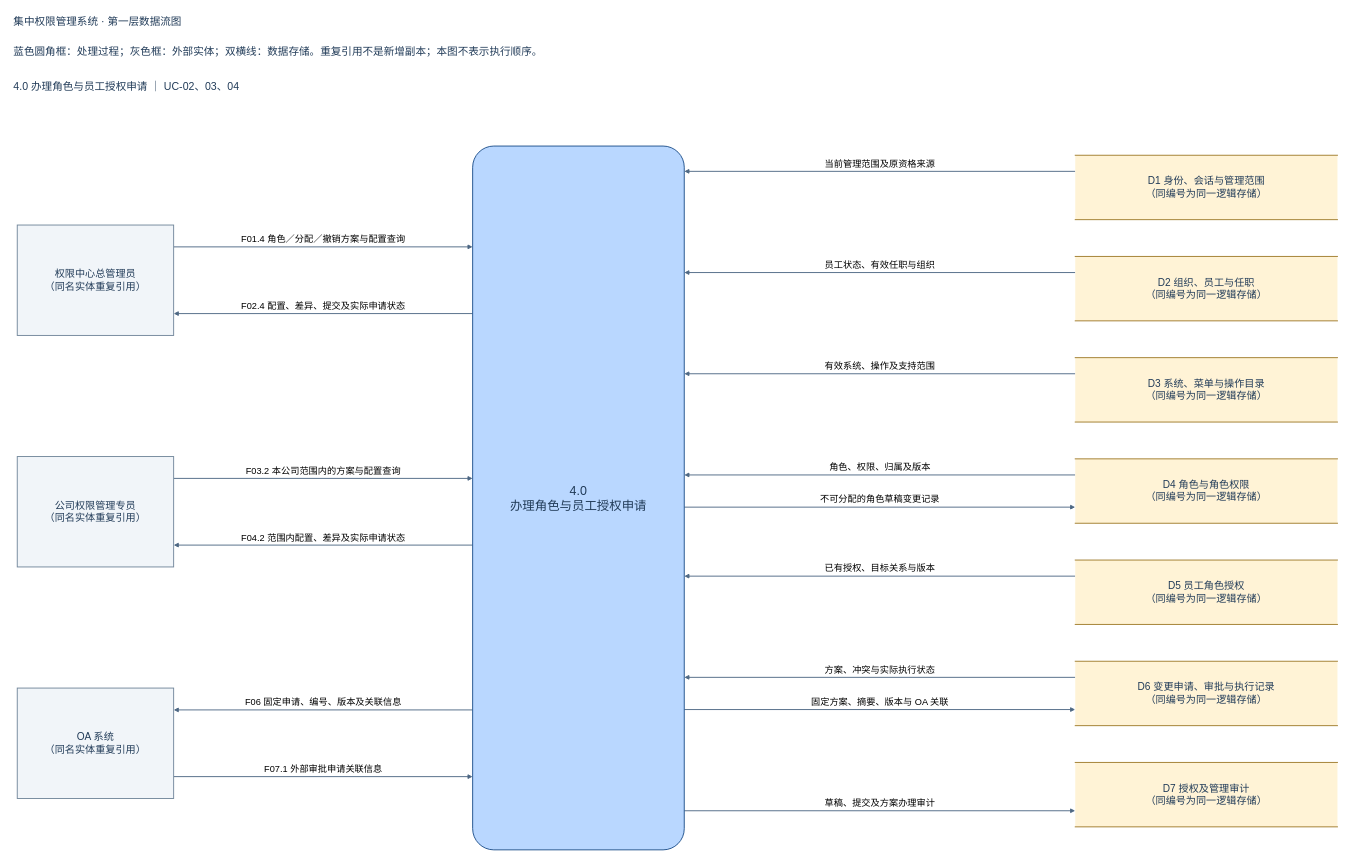
The draw.io diagram page "4.0 办理角色与员工授权申请" (4 of 7) of docs/dataflows-v1/第一层数据流图_分区阅读.drawio in Noah-hope/RBAC-admin, before the edit. Source tidied: cells renumbered, new cells numbered last; positions are measured from the earlier drawing's top-left corner, leaving out a move shared by most shapes. Both pictures are drawn from the tidied source at 46%, with x=0, y=0 at pixel (8, 8).
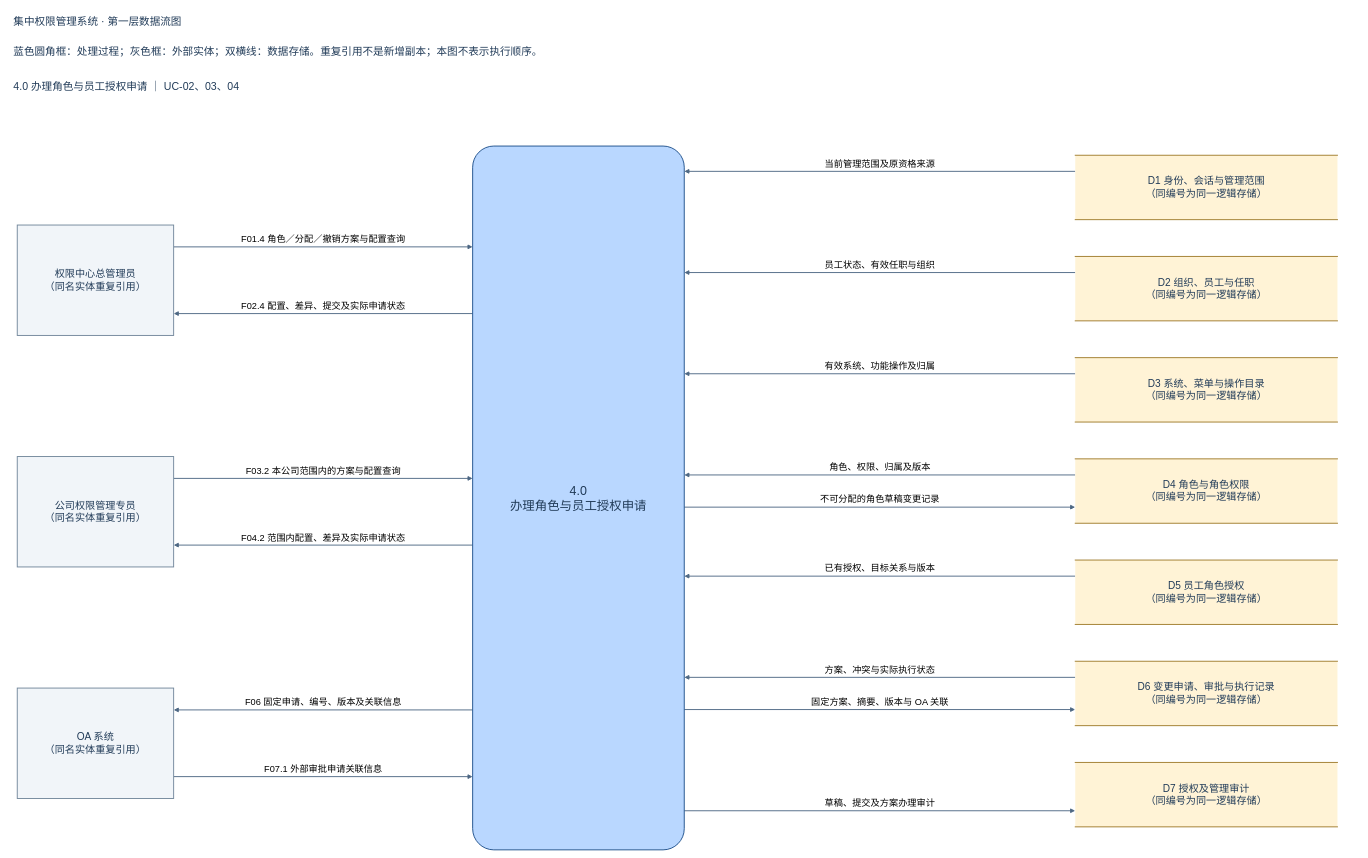
After the change.

The change refers to these unchanged cells:
```xml
<mxCell id="20" value="4.0&lt;br&gt;办理角色与员工授权申请" style="html=1;whiteSpace=wrap;fontFamily=Microsoft YaHei;fontSize=22;fontColor=#213b58;align=center;verticalAlign=middle;strokeWidth=2;spacing=12;rounded=1;arcSize=10;fillColor=#b9d7ff;strokeColor=#1c4e8a;fontSize=27;" parent="1" vertex="1">
  <mxGeometry x="1010" y="300" width="460" height="1530" as="geometry" />
</mxCell>
<mxCell id="26" value="D3  系统、菜单与操作目录&lt;br&gt;（同编号为同一逻辑存储）" style="html=1;whiteSpace=wrap;fontFamily=Microsoft YaHei;fontSize=22;fontColor=#213b58;align=center;verticalAlign=middle;strokeWidth=2;spacing=12;shape=partialRectangle;left=0;right=0;top=1;bottom=1;fillColor=#fff3d6;strokeColor=#9f7b2a;" parent="1" vertex="1">
  <mxGeometry x="2320" y="760" width="570" height="140" as="geometry" />
</mxCell>
```

What changed in the source:
```diff
@@
-    <mxCell id="13" value="有效系统、操作及支持范围" style="html=1;edgeStyle=none;noEdgeStyle=1;rounded=0;curved=0;endArrow=block;endFill=1;strokeColor=#4d6783;strokeWidth=2;fontFamily=Microsoft YaHei;fontSize=20;labelBackgroundColor=#ffffff;exitX=0.0;exitY=0.25;entryX=1.0;entryY=0.3235294117647059;exitPerimeter=0;entryPerimeter=0;" parent="1" edge="1" source="26" target="20">
+    <mxCell id="13" value="有效系统、功能操作及归属" style="html=1;edgeStyle=none;noEdgeStyle=1;rounded=0;curved=0;endArrow=block;endFill=1;strokeColor=#4d6783;strokeWidth=2;fontFamily=Microsoft YaHei;fontSize=20;labelBackgroundColor=#ffffff;exitX=0.0;exitY=0.25;entryX=1.0;entryY=0.3235294117647059;exitPerimeter=0;entryPerimeter=0;" parent="1" edge="1" source="26" target="20">
       <mxGeometry relative="1" as="geometry">
         <mxPoint y="-18" as="offset" />
       </mxGeometry>
     </mxCell>
```
